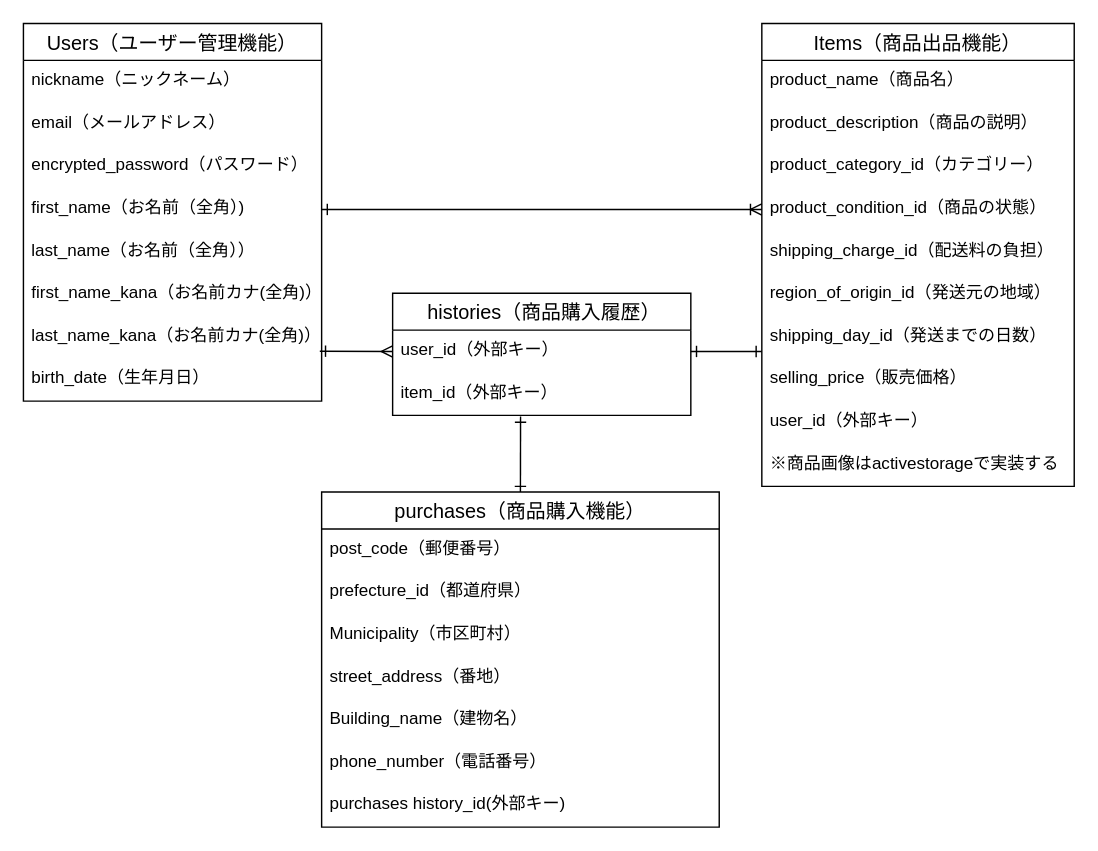
shiraishono/furima-40306 keeps this draw.io diagram as ER.dio. Above is the earlier version. Source tidied: cells renumbered, new cells numbered last; positions are measured from the earlier drawing's top-left corner, leaving out a move shared by most shapes. Both pictures are drawn from the tidied source at 142%, with x=0, y=0 at pixel (23, 23).
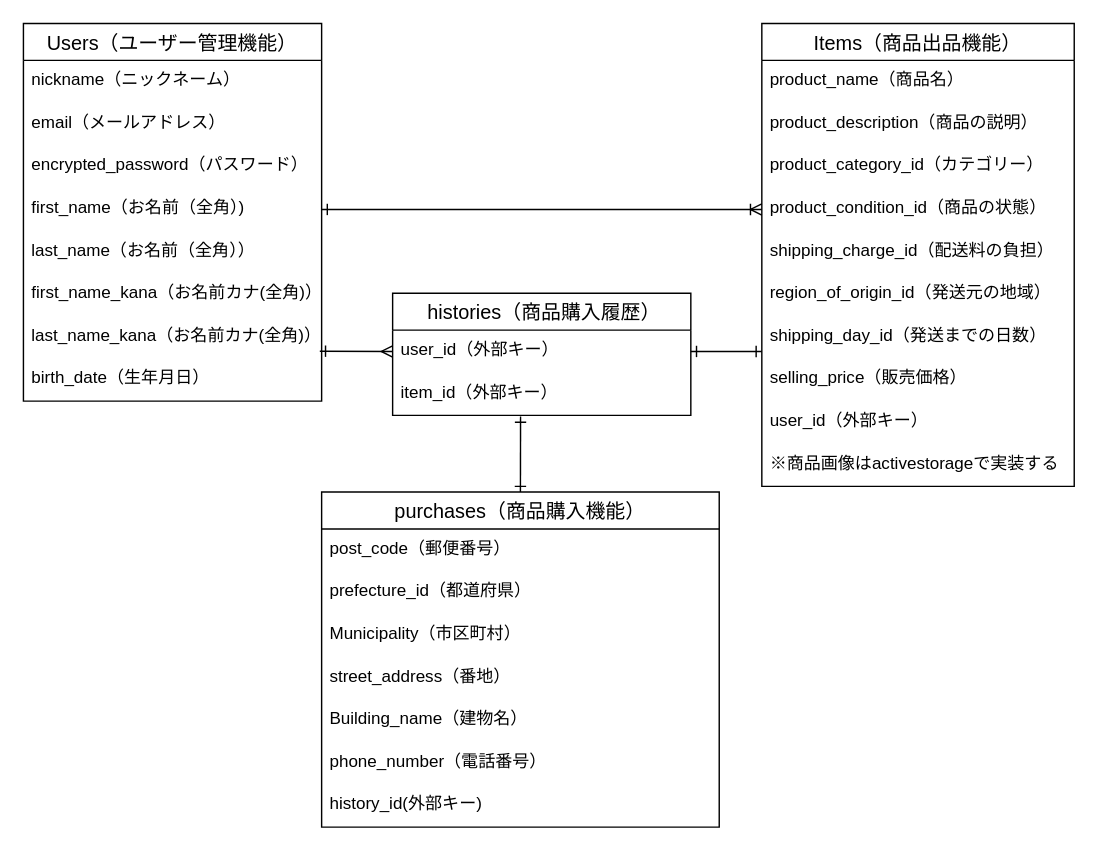
Above is the later version.

Commit message (it also covers changes not shown here):
データベース設計ver4

The change refers to these unchanged cells:
```xml
<mxCell id="23" value="purchases（商品購入機能）" style="swimlane;fontStyle=0;horizontal=1;startSize=26;align=center;fontSize=14;" parent="1" vertex="1">
  <mxGeometry x="210" y="330" width="280" height="236" as="geometry" />
</mxCell>
```

The edit, as a diff of the source:
```diff
@@
-    <mxCell id="30" value="purchases history_id(外部キー)" style="text;strokeColor=none;fillColor=none;spacingLeft=4;spacingRight=4;overflow=hidden;fontSize=12;" parent="23" vertex="1">
+    <mxCell id="30" value="history_id(外部キー)" style="text;strokeColor=none;fillColor=none;spacingLeft=4;spacingRight=4;overflow=hidden;fontSize=12;" parent="23" vertex="1">
       <mxGeometry y="206" width="280" height="30" as="geometry" />
     </mxCell>
```
